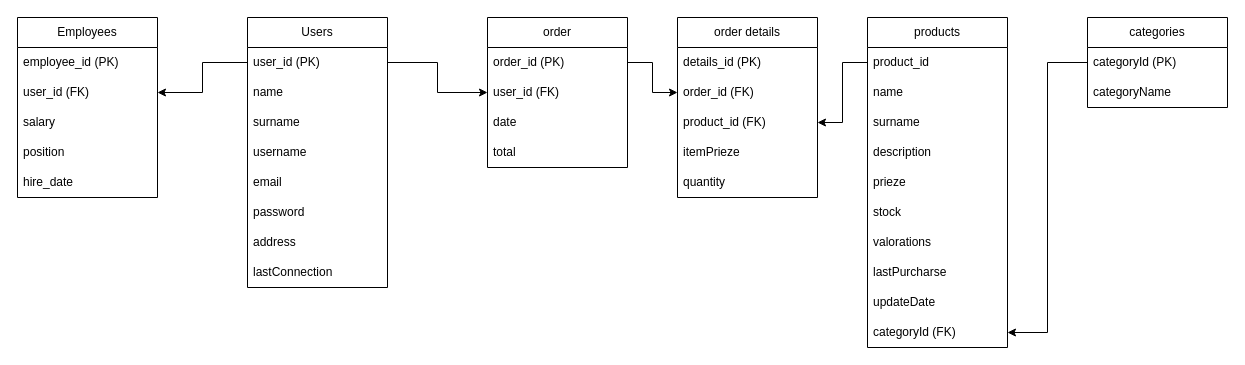
Above: page "Página-2" (1 of 2) of modelo_DDBB.drawio in Rakions/proyecto-final (draw.io), before the change. Source tidied: cells renumbered, new cells numbered last; positions are measured from the earlier drawing's top-left corner, leaving out a move shared by most shapes. Both pictures are drawn from the tidied source at 100%, with x=0, y=0 at pixel (17, 17).
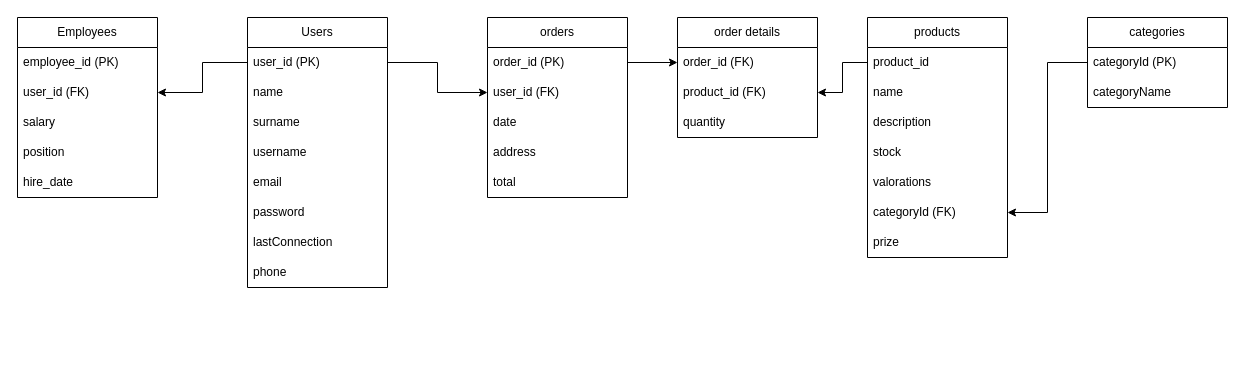
The same diagram, later.

The change refers to these unchanged cells:
```xml
<mxCell id="2" value="Users" style="swimlane;fontStyle=0;horizontal=1;startSize=30;whiteSpace=wrap;html=1;" parent="1" vertex="1">
  <mxGeometry x="230" width="140" height="270" as="geometry" />
</mxCell>
```

Diff of the diagram source:
```diff
@@
-    <mxCell id="9" value="address" style="text;strokeColor=none;fillColor=none;align=left;verticalAlign=middle;spacingLeft=4;spacingRight=4;overflow=hidden;whiteSpace=wrap;html=1;" parent="2" vertex="1">
-      <mxGeometry y="210" width="140" height="30" as="geometry" />
-    </mxCell>
     <mxCell id="10" value="lastConnection" style="text;strokeColor=none;fillColor=none;align=left;verticalAlign=middle;spacingLeft=4;spacingRight=4;overflow=hidden;whiteSpace=wrap;html=1;" parent="2" vertex="1">
-      <mxGeometry y="240" width="140" height="30" as="geometry" />
+      <mxGeometry y="210" width="140" height="30" as="geometry" />
     </mxCell>
+    <mxCell id="47" value="phone" style="text;strokeColor=none;fillColor=none;align=left;verticalAlign=middle;spacingLeft=4;spacingRight=4;overflow=hidden;whiteSpace=wrap;html=1;" parent="2" vertex="1">
+      <mxGeometry y="240" width="140" height="30" as="geometry" />
+    </mxCell>
     <mxCell id="11" value="products" style="swimlane;fontStyle=0;horizontal=1;startSize=30;whiteSpace=wrap;html=1;" parent="1" vertex="1">
-      <mxGeometry x="850" width="140" height="330" as="geometry" />
+      <mxGeometry x="850" width="140" height="240" as="geometry" />
     </mxCell>
@@
-    <mxCell id="14" value="surname" style="text;strokeColor=none;fillColor=none;align=left;verticalAlign=middle;spacingLeft=4;spacingRight=4;overflow=hidden;whiteSpace=wrap;html=1;" parent="11" vertex="1">
-      <mxGeometry y="90" width="140" height="30" as="geometry" />
-    </mxCell>
     <mxCell id="15" value="description" style="text;strokeColor=none;fillColor=none;align=left;verticalAlign=middle;spacingLeft=4;spacingRight=4;overflow=hidden;whiteSpace=wrap;html=1;" parent="11" vertex="1">
-      <mxGeometry y="120" width="140" height="30" as="geometry" />
+      <mxGeometry y="90" width="140" height="30" as="geometry" />
     </mxCell>
-    <mxCell id="16" value="prieze" style="text;strokeColor=none;fillColor=none;align=left;verticalAlign=middle;spacingLeft=4;spacingRight=4;overflow=hidden;whiteSpace=wrap;html=1;" parent="11" vertex="1">
-      <mxGeometry y="150" width="140" height="30" as="geometry" />
-    </mxCell>
     <mxCell id="17" value="stock" style="text;strokeColor=none;fillColor=none;align=left;verticalAlign=middle;spacingLeft=4;spacingRight=4;overflow=hidden;whiteSpace=wrap;html=1;" parent="11" vertex="1">
-      <mxGeometry y="180" width="140" height="30" as="geometry" />
+      <mxGeometry y="120" width="140" height="30" as="geometry" />
     </mxCell>
     <mxCell id="18" value="valorations" style="text;strokeColor=none;fillColor=none;align=left;verticalAlign=middle;spacingLeft=4;spacingRight=4;overflow=hidden;whiteSpace=wrap;html=1;" parent="11" vertex="1">
-      <mxGeometry y="210" width="140" height="30" as="geometry" />
+      <mxGeometry y="150" width="140" height="30" as="geometry" />
     </mxCell>
-    <mxCell id="19" value="lastPurcharse" style="text;strokeColor=none;fillColor=none;align=left;verticalAlign=middle;spacingLeft=4;spacingRight=4;overflow=hidden;whiteSpace=wrap;html=1;" parent="11" vertex="1">
-      <mxGeometry y="240" width="140" height="30" as="geometry" />
-    </mxCell>
-    <mxCell id="20" value="updateDate" style="text;strokeColor=none;fillColor=none;align=left;verticalAlign=middle;spacingLeft=4;spacingRight=4;overflow=hidden;whiteSpace=wrap;html=1;" parent="11" vertex="1">
-      <mxGeometry y="270" width="140" height="30" as="geometry" />
-    </mxCell>
     <mxCell id="21" value="categoryId (FK)" style="text;strokeColor=none;fillColor=none;align=left;verticalAlign=middle;spacingLeft=4;spacingRight=4;overflow=hidden;points=[[0,0.5],[1,0.5]];portConstraint=eastwest;whiteSpace=wrap;html=1;" parent="11" vertex="1">
-      <mxGeometry y="300" width="140" height="30" as="geometry" />
+      <mxGeometry y="180" width="140" height="30" as="geometry" />
     </mxCell>
+    <mxCell id="31" value="prize" style="text;strokeColor=none;fillColor=none;align=left;verticalAlign=middle;spacingLeft=4;spacingRight=4;overflow=hidden;whiteSpace=wrap;html=1;" parent="11" vertex="1">
+      <mxGeometry y="210" width="140" height="30" as="geometry" />
+    </mxCell>
-    <mxCell id="22" value="order" style="swimlane;fontStyle=0;horizontal=1;startSize=30;whiteSpace=wrap;html=1;" parent="1" vertex="1">
-      <mxGeometry x="470" width="140" height="150" as="geometry" />
+    <mxCell id="22" value="orders" style="swimlane;fontStyle=0;horizontal=1;startSize=30;whiteSpace=wrap;html=1;" parent="1" vertex="1">
+      <mxGeometry x="470" width="140" height="180" as="geometry" />
     </mxCell>
@@
+    <mxCell id="9" value="address" style="text;strokeColor=none;fillColor=none;align=left;verticalAlign=middle;spacingLeft=4;spacingRight=4;overflow=hidden;whiteSpace=wrap;html=1;" parent="22" vertex="1">
+      <mxGeometry y="120" width="140" height="30" as="geometry" />
+    </mxCell>
     <mxCell id="26" value="total" style="text;strokeColor=none;fillColor=none;align=left;verticalAlign=middle;spacingLeft=4;spacingRight=4;overflow=hidden;whiteSpace=wrap;html=1;" parent="22" vertex="1">
-      <mxGeometry y="120" width="140" height="30" as="geometry" />
+      <mxGeometry y="150" width="140" height="30" as="geometry" />
     </mxCell>
     <mxCell id="27" value="order details" style="swimlane;fontStyle=0;horizontal=1;startSize=30;whiteSpace=wrap;html=1;" parent="1" vertex="1">
-      <mxGeometry x="660" width="140" height="180" as="geometry" />
+      <mxGeometry x="660" width="140" height="120" as="geometry" />
     </mxCell>
-    <mxCell id="28" value="details_id (PK)" style="text;strokeColor=none;fillColor=none;align=left;verticalAlign=middle;spacingLeft=4;spacingRight=4;overflow=hidden;whiteSpace=wrap;html=1;" parent="27" vertex="1">
-      <mxGeometry y="30" width="140" height="30" as="geometry" />
-    </mxCell>
     <mxCell id="29" value="order_id (FK)" style="text;strokeColor=none;fillColor=none;align=left;verticalAlign=middle;spacingLeft=4;spacingRight=4;overflow=hidden;points=[[0,0.5],[1,0.5]];portConstraint=eastwest;whiteSpace=wrap;html=1;" parent="27" vertex="1">
-      <mxGeometry y="60" width="140" height="30" as="geometry" />
+      <mxGeometry y="30" width="140" height="30" as="geometry" />
     </mxCell>
     <mxCell id="30" value="product_id (FK)" style="text;strokeColor=none;fillColor=none;align=left;verticalAlign=middle;spacingLeft=4;spacingRight=4;overflow=hidden;points=[[0,0.5],[1,0.5]];portConstraint=eastwest;whiteSpace=wrap;html=1;" parent="27" vertex="1">
-      <mxGeometry y="90" width="140" height="30" as="geometry" />
+      <mxGeometry y="60" width="140" height="30" as="geometry" />
     </mxCell>
-    <mxCell id="31" value="itemPrieze" style="text;strokeColor=none;fillColor=none;align=left;verticalAlign=middle;spacingLeft=4;spacingRight=4;overflow=hidden;whiteSpace=wrap;html=1;" parent="27" vertex="1">
-      <mxGeometry y="120" width="140" height="30" as="geometry" />
-    </mxCell>
     <mxCell id="32" value="quantity" style="text;strokeColor=none;fillColor=none;align=left;verticalAlign=middle;spacingLeft=4;spacingRight=4;overflow=hidden;whiteSpace=wrap;html=1;" parent="27" vertex="1">
-      <mxGeometry y="150" width="140" height="30" as="geometry" />
+      <mxGeometry y="90" width="140" height="30" as="geometry" />
     </mxCell>
```
